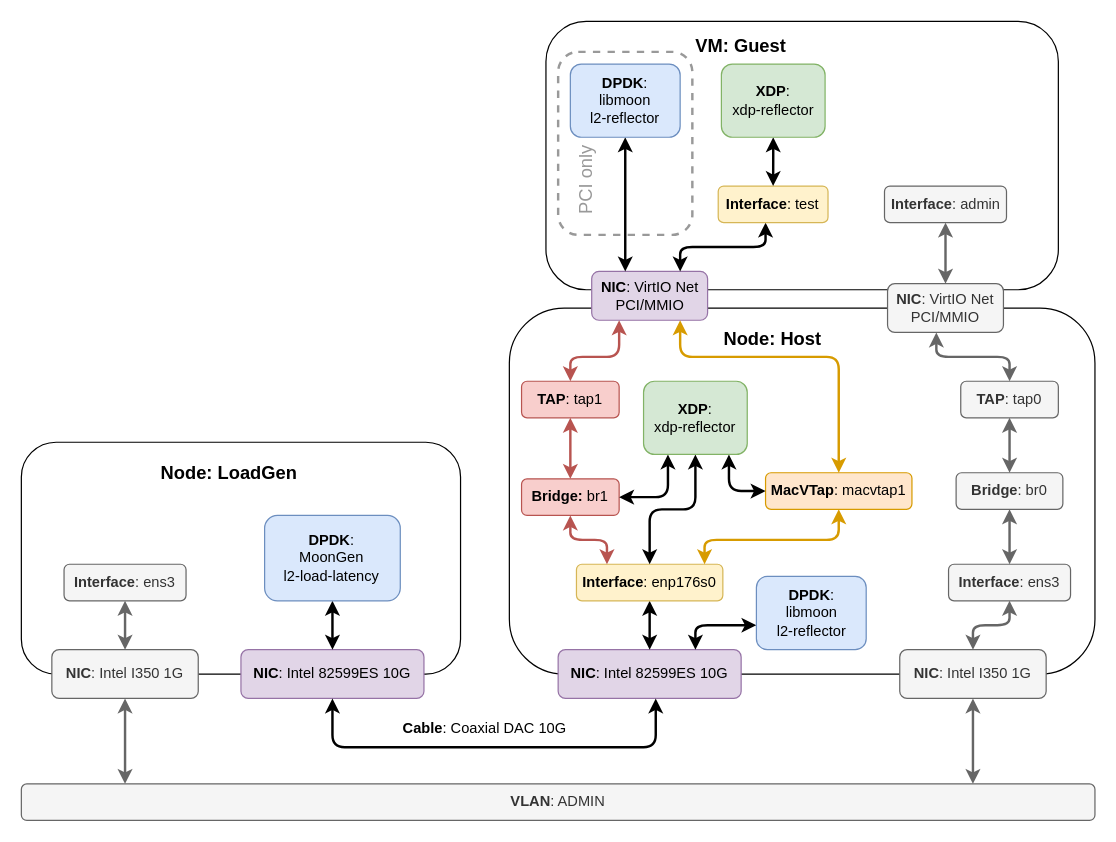
Above: page "Page 1" (4 of 4) of testsystem.drawio in vmuxIO/diagrams (draw.io), before the change. Source tidied: cells renumbered, new cells numbered last; positions are measured from the earlier drawing's top-left corner, leaving out a move shared by most shapes. Both pictures are drawn from the tidied source at 122%, with x=0, y=0 at pixel (21, 21).
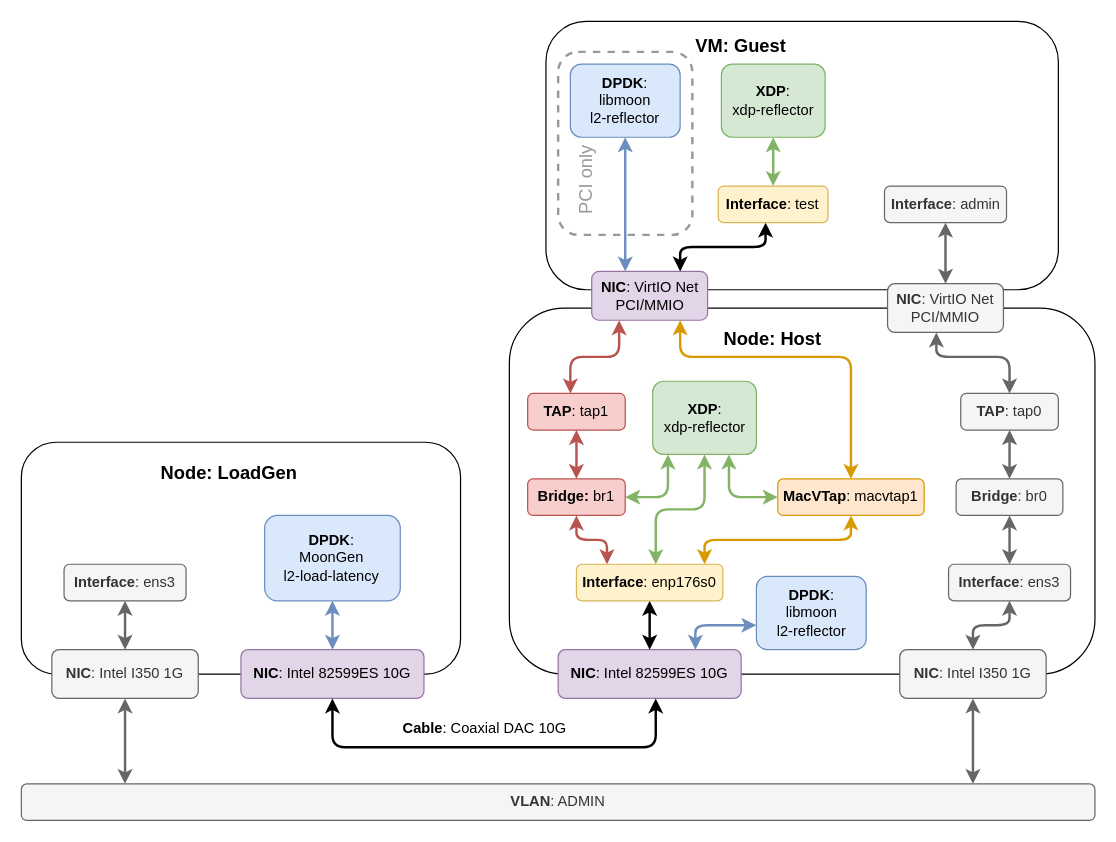
The same page after the edit.

The change refers to these unchanged cells:
```xml
<mxCell id="13" value="&lt;b&gt;NIC&lt;/b&gt;: Intel 82599ES 10G" style="rounded=1;whiteSpace=wrap;html=1;fillColor=#e1d5e7;strokeColor=#9673a6;" parent="1" vertex="1">
  <mxGeometry x="180" y="515" width="150" height="40" as="geometry" />
</mxCell>
<mxCell id="14" value="&lt;b&gt;NIC&lt;/b&gt;: Intel 82599ES 10G" style="rounded=1;whiteSpace=wrap;html=1;fillColor=#e1d5e7;strokeColor=#9673a6;" parent="1" vertex="1">
  <mxGeometry x="440" y="515" width="150" height="40" as="geometry" />
</mxCell>
<mxCell id="22" value="&lt;div&gt;&lt;b&gt;DPDK&lt;/b&gt;:&lt;b&gt; &lt;/b&gt;&lt;br&gt;&lt;/div&gt;&lt;div&gt;MoonGen&lt;/div&gt;&lt;div&gt;l2-load-latency&lt;br&gt;&lt;/div&gt;" style="rounded=1;whiteSpace=wrap;html=1;fillColor=#dae8fc;strokeColor=#6c8ebf;" parent="1" vertex="1">
  <mxGeometry x="199.4" y="405" width="111.2" height="70" as="geometry" />
</mxCell>
<mxCell id="26" value="&lt;b&gt;Interface&lt;/b&gt;: enp176s0" style="rounded=1;whiteSpace=wrap;html=1;fillColor=#fff2cc;strokeColor=#d6b656;" parent="1" vertex="1">
  <mxGeometry x="455" y="445" width="120" height="30" as="geometry" />
</mxCell>
<mxCell id="28" value="&lt;b&gt;NIC&lt;/b&gt;: VirtIO Net PCI/MMIO" style="rounded=1;whiteSpace=wrap;html=1;fillColor=#e1d5e7;strokeColor=#9673a6;" parent="1" vertex="1">
  <mxGeometry x="467.5" y="205" width="95" height="40" as="geometry" />
</mxCell>
<mxCell id="33" value="&lt;b&gt;Interface&lt;/b&gt;: test" style="rounded=1;whiteSpace=wrap;html=1;fillColor=#fff2cc;strokeColor=#d6b656;" parent="1" vertex="1">
  <mxGeometry x="571.2" y="135" width="90" height="30" as="geometry" />
</mxCell>
<mxCell id="36" value="&lt;div&gt;&lt;b&gt;XDP&lt;/b&gt;: &lt;b&gt;&lt;br&gt;&lt;/b&gt;&lt;/div&gt;&lt;div&gt;xdp-reflector&lt;br&gt;&lt;/div&gt;" style="rounded=1;whiteSpace=wrap;html=1;fillColor=#d5e8d4;strokeColor=#82b366;" parent="1" vertex="1">
  <mxGeometry x="573.8" y="35" width="85" height="60" as="geometry" />
</mxCell>
<mxCell id="38" value="&lt;div&gt;&lt;b&gt;DPDK&lt;/b&gt;: &lt;b&gt;&lt;br&gt;&lt;/b&gt;&lt;/div&gt;&lt;div&gt;libmoon&lt;br&gt;&lt;/div&gt;&lt;div&gt;l2-reflector&lt;br&gt;&lt;/div&gt;" style="rounded=1;whiteSpace=wrap;html=1;fillColor=#dae8fc;strokeColor=#6c8ebf;" parent="1" vertex="1">
  <mxGeometry x="450" y="35" width="90" height="60" as="geometry" />
</mxCell>
<mxCell id="51" value="&lt;div&gt;&lt;b&gt;DPDK&lt;/b&gt;: &lt;b&gt;&lt;br&gt;&lt;/b&gt;&lt;/div&gt;&lt;div&gt;libmoon&lt;br&gt;&lt;/div&gt;&lt;div&gt;l2-reflector&lt;br&gt;&lt;/div&gt;" style="rounded=1;whiteSpace=wrap;html=1;fillColor=#dae8fc;strokeColor=#6c8ebf;" parent="1" vertex="1">
  <mxGeometry x="602.5" y="455" width="90" height="60" as="geometry" />
</mxCell>
```

The edit, as a diff of the source:
```diff
@@
-    <mxCell id="21" style="edgeStyle=orthogonalEdgeStyle;rounded=1;jettySize=auto;html=1;startArrow=classic;startFill=1;strokeWidth=2;" parent="1" edge="1" source="22" target="13">
+    <mxCell id="21" style="edgeStyle=orthogonalEdgeStyle;rounded=1;jettySize=auto;html=1;startArrow=classic;startFill=1;strokeWidth=2;fillColor=#dae8fc;strokeColor=#6c8ebf;" parent="1" edge="1" source="22" target="13">
       <mxGeometry relative="1" as="geometry" />
     </mxCell>
@@
     <mxCell id="24" value="&lt;b&gt;Bridge&lt;/b&gt;: br0" style="rounded=1;whiteSpace=wrap;html=1;fillColor=#f5f5f5;fontColor=#333333;strokeColor=#666666;" parent="1" vertex="1">
-      <mxGeometry x="766.2" y="370" width="87.5" height="30" as="geometry" />
+      <mxGeometry x="766.2" y="375" width="87.5" height="30" as="geometry" />
     </mxCell>
@@
     <mxCell id="27" style="edgeStyle=orthogonalEdgeStyle;rounded=1;jettySize=auto;html=1;fontSize=15;startArrow=classic;startFill=1;strokeWidth=2;exitX=0.5;exitY=1;exitDx=0;exitDy=0;fillColor=#ffe6cc;strokeColor=#d79b00;" parent="1" edge="1" source="40" target="26">
       <mxGeometry relative="1" as="geometry">
         <Array as="points">
-          <mxPoint x="670" y="425" />
+          <mxPoint x="680" y="425" />
           <mxPoint x="560" y="425" />
         </Array>
       </mxGeometry>
     </mxCell>
@@
-    <mxCell id="34" style="edgeStyle=orthogonalEdgeStyle;rounded=1;jettySize=auto;html=1;fontSize=15;startArrow=classic;startFill=1;strokeWidth=2;" parent="1" edge="1" source="38">
+    <mxCell id="34" style="edgeStyle=orthogonalEdgeStyle;rounded=1;jettySize=auto;html=1;fontSize=15;startArrow=classic;startFill=1;strokeWidth=2;fillColor=#dae8fc;strokeColor=#6c8ebf;" parent="1" edge="1" source="38">
       <mxGeometry relative="1" as="geometry">
         <mxPoint x="495" y="205" as="targetPoint" />
         <Array as="points">
           <mxPoint x="495" y="205" />
         </Array>
       </mxGeometry>
     </mxCell>
-    <mxCell id="35" style="edgeStyle=orthogonalEdgeStyle;rounded=1;jettySize=auto;html=1;fontSize=15;startArrow=classic;startFill=1;strokeWidth=2;" parent="1" edge="1" source="36" target="33">
+    <mxCell id="35" style="edgeStyle=orthogonalEdgeStyle;rounded=1;jettySize=auto;html=1;fontSize=15;startArrow=classic;startFill=1;strokeWidth=2;fillColor=#d5e8d4;strokeColor=#82b366;" parent="1" edge="1" source="36" target="33">
       <mxGeometry relative="1" as="geometry" />
     </mxCell>
@@
     <mxCell id="40" value="&lt;b&gt;MacVTap&lt;/b&gt;: macvtap1" style="rounded=1;whiteSpace=wrap;html=1;fillColor=#ffe6cc;strokeColor=#d79b00;" parent="1" vertex="1">
-      <mxGeometry x="610" y="370" width="120" height="30" as="geometry" />
+      <mxGeometry x="620" y="375" width="120" height="30" as="geometry" />
     </mxCell>
     <mxCell id="41" style="edgeStyle=orthogonalEdgeStyle;rounded=1;jettySize=auto;html=1;fontSize=15;startArrow=classic;startFill=1;strokeWidth=2;fillColor=#ffe6cc;strokeColor=#d79b00;" parent="1" edge="1" source="28" target="40">
       <mxGeometry relative="1" as="geometry">
         <Array as="points">
           <mxPoint x="540" y="275" />
-          <mxPoint x="670" y="275" />
+          <mxPoint x="680" y="275" />
         </Array>
       </mxGeometry>
     </mxCell>
     <mxCell id="42" style="edgeStyle=orthogonalEdgeStyle;rounded=1;jettySize=auto;html=1;fontSize=15;fontColor=#999999;startArrow=classic;startFill=1;strokeWidth=2;fillColor=#f8cecc;strokeColor=#b85450;" parent="1" edge="1" source="43">
       <mxGeometry relative="1" as="geometry">
         <mxPoint x="480" y="445" as="targetPoint" />
         <Array as="points">
-          <mxPoint x="450" y="425" />
+          <mxPoint x="455" y="425" />
           <mxPoint x="480" y="425" />
         </Array>
       </mxGeometry>
     </mxCell>
     <mxCell id="43" value="&lt;b&gt;Bridge:&lt;/b&gt; br1" style="rounded=1;whiteSpace=wrap;html=1;fillColor=#f8cecc;strokeColor=#b85450;" parent="1" vertex="1">
-      <mxGeometry x="410" y="375" width="80" height="30" as="geometry" />
+      <mxGeometry x="415" y="375" width="80" height="30" as="geometry" />
     </mxCell>
@@
     <mxCell id="45" style="edgeStyle=orthogonalEdgeStyle;rounded=1;jettySize=auto;html=1;fontSize=15;fontColor=#999999;startArrow=classic;startFill=1;strokeWidth=2;fillColor=#f8cecc;strokeColor=#b85450;" parent="1" edge="1" source="46">
       <mxGeometry relative="1" as="geometry">
         <mxPoint x="490" y="245" as="targetPoint" />
         <Array as="points">
           <mxPoint x="450" y="275" />
           <mxPoint x="490" y="275" />
+          <mxPoint x="490" y="245" />
         </Array>
       </mxGeometry>
     </mxCell>
     <mxCell id="46" value="&lt;b&gt;TAP&lt;/b&gt;: tap1" style="rounded=1;whiteSpace=wrap;html=1;fillColor=#f8cecc;strokeColor=#b85450;" parent="1" vertex="1">
-      <mxGeometry x="410" y="295" width="80" height="30" as="geometry" />
+      <mxGeometry x="415" y="305" width="80" height="30" as="geometry" />
     </mxCell>
@@
     <mxCell id="49" value="&lt;b&gt;TAP&lt;/b&gt;: tap0" style="rounded=1;whiteSpace=wrap;html=1;fillColor=#f5f5f5;strokeColor=#666666;fontColor=#333333;" parent="1" vertex="1">
-      <mxGeometry x="770" y="295" width="80" height="30" as="geometry" />
+      <mxGeometry x="770" y="305" width="80" height="30" as="geometry" />
     </mxCell>
-    <mxCell id="50" style="edgeStyle=orthogonalEdgeStyle;rounded=1;jettySize=auto;html=1;fontSize=15;fontColor=#999999;startArrow=classic;startFill=1;strokeWidth=2;entryX=0.75;entryY=0;entryDx=0;entryDy=0;" parent="1" edge="1" source="51" target="14">
+    <mxCell id="50" style="edgeStyle=orthogonalEdgeStyle;rounded=1;jettySize=auto;html=1;fontSize=15;fontColor=#999999;startArrow=classic;startFill=1;strokeWidth=2;entryX=0.75;entryY=0;entryDx=0;entryDy=0;fillColor=#dae8fc;strokeColor=#6c8ebf;" parent="1" edge="1" source="51" target="14">
       <mxGeometry relative="1" as="geometry">
         <Array as="points">
           <mxPoint x="663" y="495" />
           <mxPoint x="553" y="495" />
         </Array>
       </mxGeometry>
     </mxCell>
@@
-    <mxCell id="52" style="edgeStyle=orthogonalEdgeStyle;rounded=1;jettySize=auto;html=1;entryX=1;entryY=0.5;entryDx=0;entryDy=0;fontSize=15;fontColor=#999999;startArrow=classic;startFill=1;strokeWidth=2;" parent="1" edge="1" source="55" target="43">
+    <mxCell id="52" style="edgeStyle=orthogonalEdgeStyle;rounded=1;jettySize=auto;html=1;entryX=1;entryY=0.5;entryDx=0;entryDy=0;fontSize=15;fontColor=#999999;startArrow=classic;startFill=1;strokeWidth=2;fillColor=#d5e8d4;strokeColor=#82b366;" parent="1" edge="1" source="55" target="43">
       <mxGeometry relative="1" as="geometry">
         <Array as="points">
           <mxPoint x="530" y="390" />
         </Array>
       </mxGeometry>
     </mxCell>
-    <mxCell id="53" style="edgeStyle=orthogonalEdgeStyle;rounded=1;jettySize=auto;html=1;entryX=0;entryY=0.5;entryDx=0;entryDy=0;fontSize=15;fontColor=#999999;startArrow=classic;startFill=1;strokeWidth=2;" parent="1" edge="1" source="55" target="40">
+    <mxCell id="53" style="edgeStyle=orthogonalEdgeStyle;rounded=1;jettySize=auto;html=1;entryX=0;entryY=0.5;entryDx=0;entryDy=0;fontSize=15;fontColor=#999999;startArrow=classic;startFill=1;strokeWidth=2;fillColor=#d5e8d4;strokeColor=#82b366;" parent="1" edge="1" source="55" target="40">
       <mxGeometry relative="1" as="geometry">
         <Array as="points">
-          <mxPoint x="580" y="385" />
+          <mxPoint x="580" y="390" />
         </Array>
       </mxGeometry>
     </mxCell>
-    <mxCell id="54" style="edgeStyle=orthogonalEdgeStyle;rounded=1;jettySize=auto;html=1;fontSize=15;fontColor=#999999;startArrow=classic;startFill=1;strokeWidth=2;" parent="1" edge="1" source="55" target="26">
-      <mxGeometry relative="1" as="geometry" />
+    <mxCell id="54" style="edgeStyle=orthogonalEdgeStyle;rounded=1;jettySize=auto;html=1;fontSize=15;fontColor=#999999;startArrow=classic;startFill=1;strokeWidth=2;fillColor=#d5e8d4;strokeColor=#82b366;" parent="1" edge="1" source="55" target="26">
+      <mxGeometry relative="1" as="geometry">
+        <Array as="points">
+          <mxPoint x="560" y="400" />
+          <mxPoint x="520" y="400" />
+        </Array>
+      </mxGeometry>
     </mxCell>
     <mxCell id="55" value="&lt;div&gt;&lt;b&gt;XDP&lt;/b&gt;: &lt;b&gt;&lt;br&gt;&lt;/b&gt;&lt;/div&gt;&lt;div&gt;xdp-reflector&lt;br&gt;&lt;/div&gt;" style="rounded=1;whiteSpace=wrap;html=1;fillColor=#d5e8d4;strokeColor=#82b366;" parent="1" vertex="1">
-      <mxGeometry x="510" y="295" width="85" height="60" as="geometry" />
+      <mxGeometry x="517.5" y="295" width="85" height="60" as="geometry" />
     </mxCell>
```
